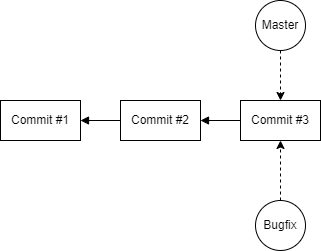
Above: Assets/images/git-branch-new.png in braboj/tutorial-git (draw.io), before the change. Source tidied: cells renumbered, new cells last; positions are measured from the earlier drawing's top-left corner, leaving out a move shared by most shapes.
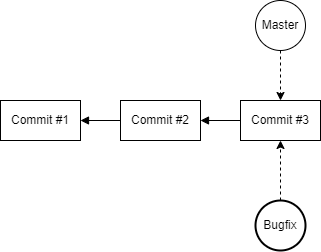
After the commit.

Change to the diagram source:
```diff
@@ -28,7 +28,7 @@
         <mxPoint x="280" y="140" as="targetPoint" />
       </mxGeometry>
     </mxCell>
-    <mxCell id="10" value="Bugfix" style="ellipse;whiteSpace=wrap;html=1;" parent="1" vertex="1">
+    <mxCell id="10" value="Bugfix" style="ellipse;whiteSpace=wrap;html=1;strokeWidth=2;" parent="1" vertex="1">
       <mxGeometry x="255" y="200" width="50" height="50" as="geometry" />
     </mxCell>
   </root>
```
